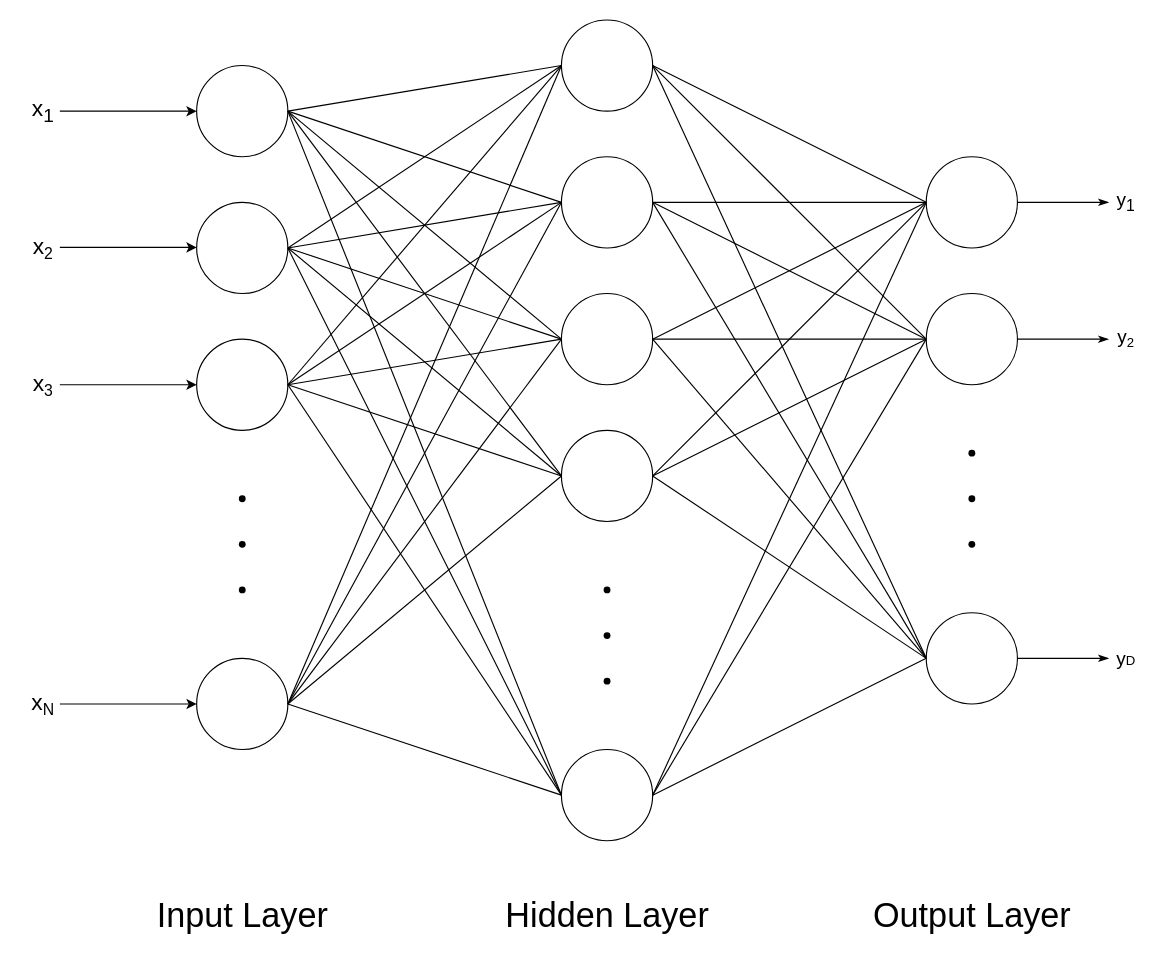
Earlier version of the draw.io diagram page "network_one" (1 of 2) of report/network.drawio (kristsam/classification_MLP). Source tidied: cells renumbered, new cells numbered last; positions are measured from the earlier drawing's top-left corner, leaving out a move shared by most shapes. Both pictures are drawn from the tidied source at 114%, with x=0, y=0 at pixel (19, 19).
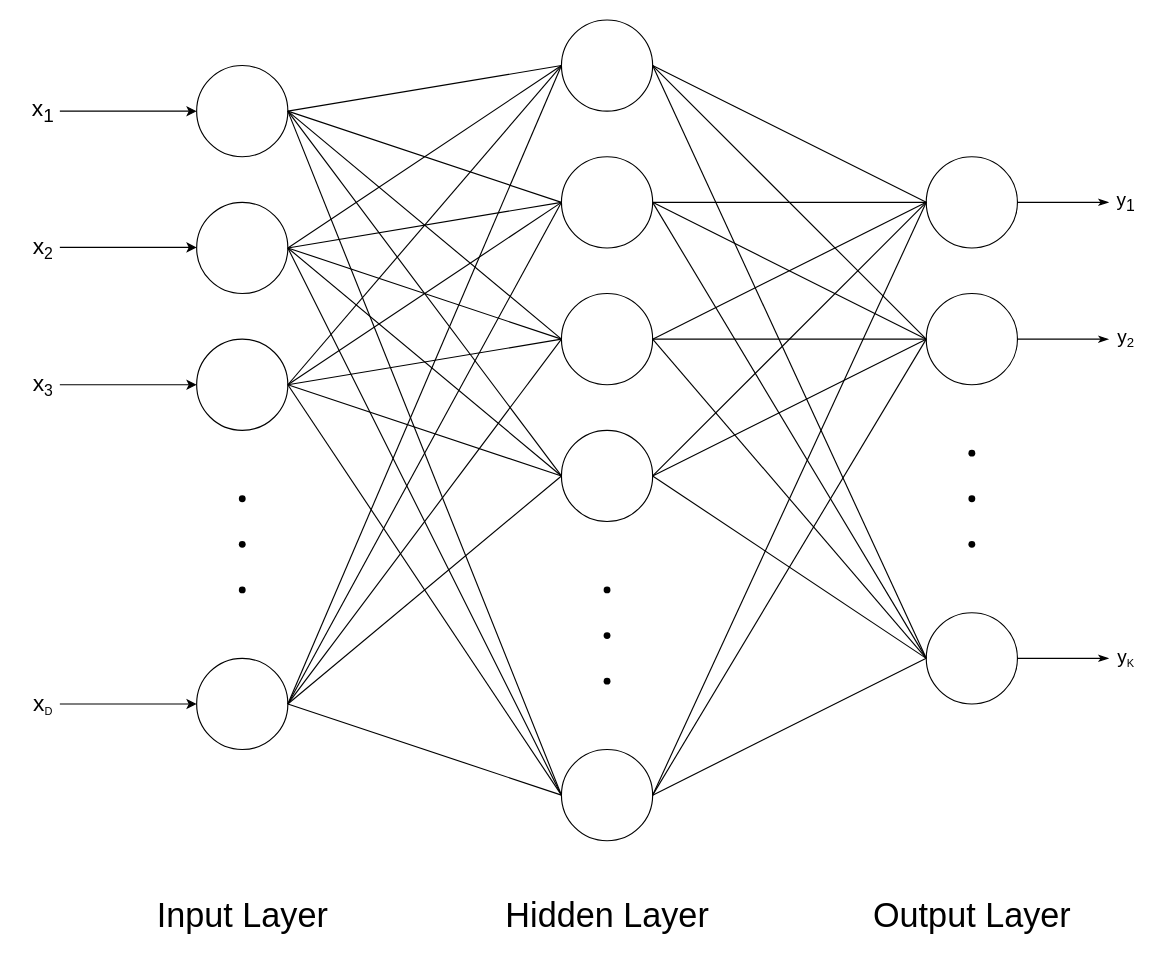
The same page after the edit.

Change to the diagram source:
```diff
@@
-    <mxCell id="68" value="&lt;font style=&quot;font-size: 20px&quot;&gt;x&lt;/font&gt;&lt;font style=&quot;font-size: 16.6667px&quot;&gt;&lt;sub&gt;N&lt;/sub&gt;&lt;/font&gt;" style="text;html=1;align=center;verticalAlign=middle;strokeColor=none;" parent="1" vertex="1">
-      <mxGeometry y="585" width="40" height="30" as="geometry" />
+    <mxCell id="68" value="&lt;font style=&quot;font-size: 20px&quot;&gt;x&lt;/font&gt;&lt;font style=&quot;font-size: 11.5741px&quot;&gt;&lt;sub&gt;D&lt;/sub&gt;&lt;/font&gt;" style="text;html=1;align=center;verticalAlign=middle;strokeColor=none;" parent="1" vertex="1">
+      <mxGeometry x="5" y="585" width="30" height="30" as="geometry" />
     </mxCell>
@@
-    <mxCell id="71" value="&lt;span style=&quot;font-size: 16.6667px&quot;&gt;y&lt;/span&gt;&lt;span style=&quot;font-size: 11.5741px&quot;&gt;D&lt;/span&gt;" style="text;html=1;align=center;verticalAlign=middle;strokeColor=none;" parent="1" vertex="1">
+    <mxCell id="71" value="&lt;span style=&quot;font-size: 16.6667px&quot;&gt;y&lt;/span&gt;&lt;span style=&quot;font-size: 11.5741px&quot;&gt;&lt;sub&gt;K&lt;/sub&gt;&lt;/span&gt;" style="text;html=1;align=center;verticalAlign=middle;strokeColor=none;" parent="1" vertex="1">
       <mxGeometry x="955" y="550" width="30" height="20" as="geometry" />
     </mxCell>
```
